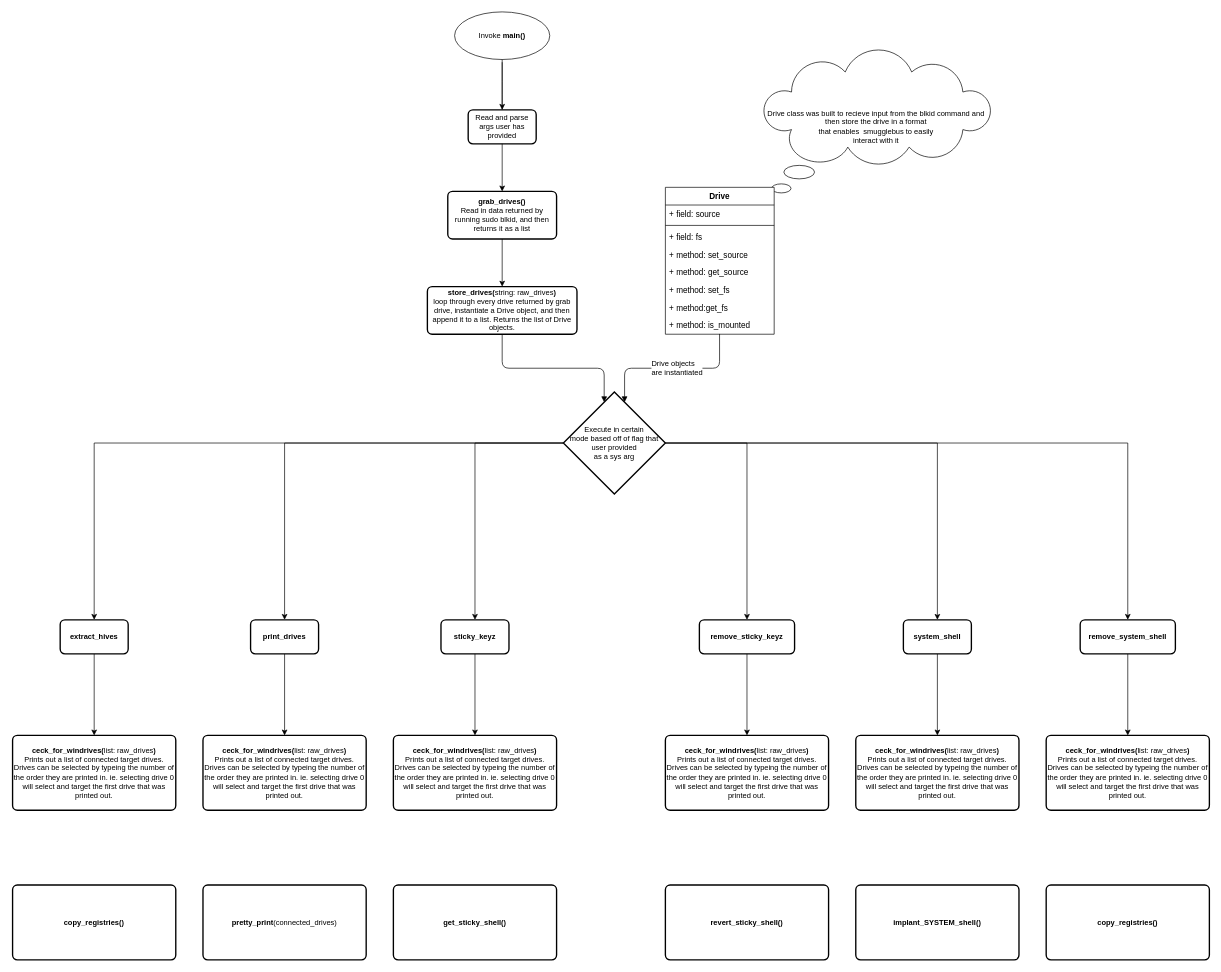
Earlier version of the draw.io diagram build source/smugglebuspxepwn/tftpboot/smugglebus/home/tc/assets/Untitled Diagram.drawio (KeenanKunzelman/smugglebus). Source tidied: cells renumbered, new cells numbered last; positions are measured from the earlier drawing's top-left corner, leaving out a move shared by most shapes. Both pictures are drawn from the tidied source at 68%, with x=0, y=0 at pixel (12, 12).
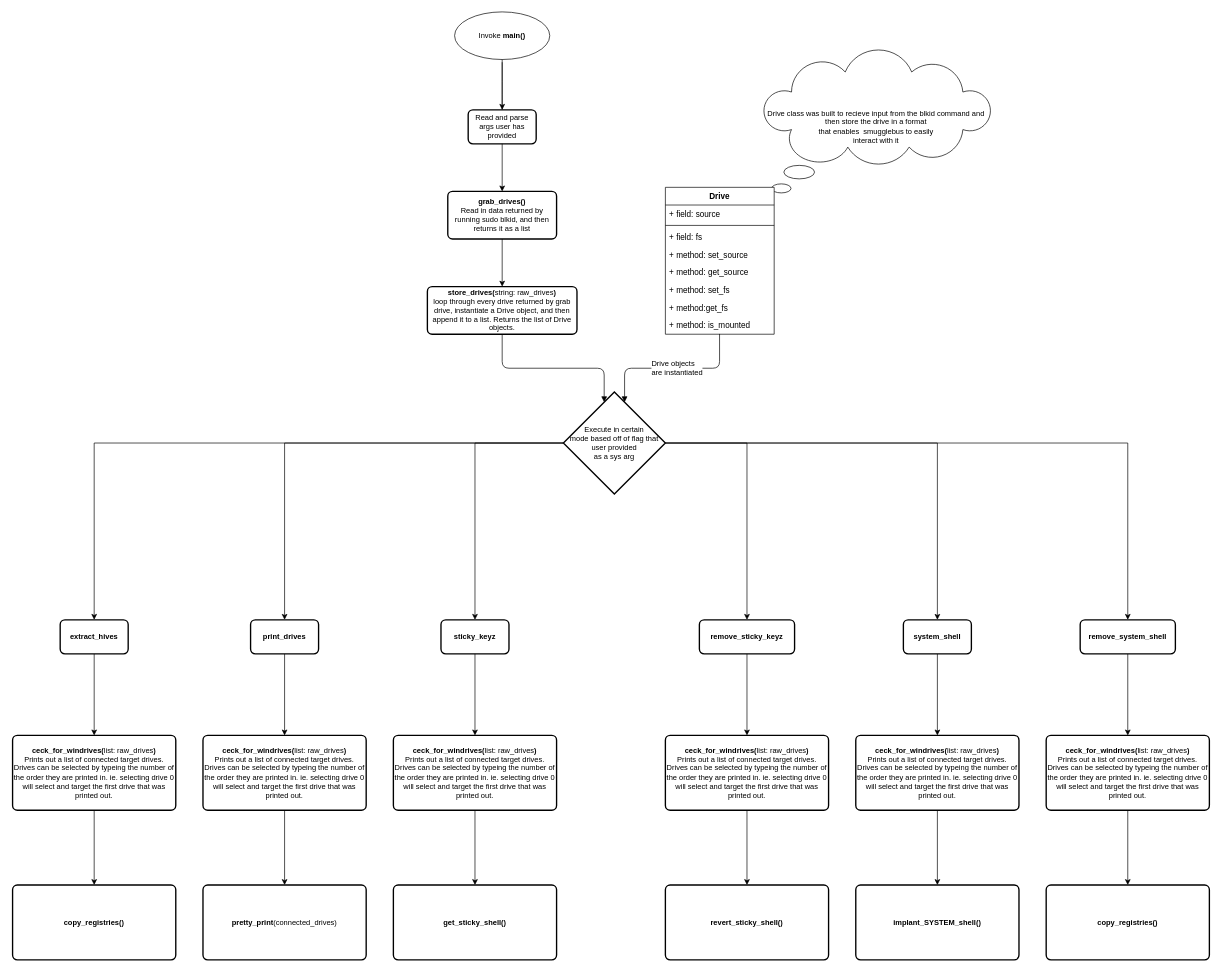
The same page after the edit.

Commit message:
v1.0 control flow chart

The change refers to these unchanged cells:
```xml
<mxCell id="41" value="&lt;div&gt;&lt;b&gt;ceck_for_windrives(&lt;/b&gt;list: raw_drives&lt;b&gt;)&lt;/b&gt;&lt;/div&gt;&lt;div&gt;Prints out a list of connected target drives. Drives can be selected by typeing the number of the order they are printed in. ie. selecting drive 0 will select and target the first drive that was printed out.&lt;br&gt;&lt;b&gt;&lt;/b&gt;&lt;/div&gt;" style="rounded=1;whiteSpace=wrap;html=1;absoluteArcSize=1;arcSize=14;strokeWidth=2;fontSize=11;" parent="1" vertex="1">
  <mxGeometry x="1240" y="1064" width="240" height="110" as="geometry" />
</mxCell>
<mxCell id="42" value="&lt;div&gt;&lt;b&gt;ceck_for_windrives(&lt;/b&gt;list: raw_drives&lt;b&gt;)&lt;/b&gt;&lt;/div&gt;&lt;div&gt;Prints out a list of connected target drives. Drives can be selected by typeing the number of the order they are printed in. ie. selecting drive 0 will select and target the first drive that was printed out.&lt;br&gt;&lt;b&gt;&lt;/b&gt;&lt;/div&gt;" style="rounded=1;whiteSpace=wrap;html=1;absoluteArcSize=1;arcSize=14;strokeWidth=2;fontSize=11;" parent="1" vertex="1">
  <mxGeometry x="1520" y="1064" width="240" height="110" as="geometry" />
</mxCell>
<mxCell id="43" value="&lt;div&gt;&lt;b&gt;ceck_for_windrives(&lt;/b&gt;list: raw_drives&lt;b&gt;)&lt;/b&gt;&lt;/div&gt;&lt;div&gt;Prints out a list of connected target drives. Drives can be selected by typeing the number of the order they are printed in. ie. selecting drive 0 will select and target the first drive that was printed out.&lt;br&gt;&lt;b&gt;&lt;/b&gt;&lt;/div&gt;" style="rounded=1;whiteSpace=wrap;html=1;absoluteArcSize=1;arcSize=14;strokeWidth=2;fontSize=11;" parent="1" vertex="1">
  <mxGeometry x="560" y="1064" width="240" height="110" as="geometry" />
</mxCell>
<mxCell id="44" value="&lt;div&gt;&lt;b&gt;ceck_for_windrives(&lt;/b&gt;list: raw_drives&lt;b&gt;)&lt;/b&gt;&lt;/div&gt;&lt;div&gt;Prints out a list of connected target drives. Drives can be selected by typeing the number of the order they are printed in. ie. selecting drive 0 will select and target the first drive that was printed out.&lt;br&gt;&lt;b&gt;&lt;/b&gt;&lt;/div&gt;" style="rounded=1;whiteSpace=wrap;html=1;absoluteArcSize=1;arcSize=14;strokeWidth=2;fontSize=11;" parent="1" vertex="1">
  <mxGeometry x="960" y="1064" width="240" height="110" as="geometry" />
</mxCell>
<mxCell id="45" value="&lt;div&gt;&lt;b&gt;ceck_for_windrives(&lt;/b&gt;list: raw_drives&lt;b&gt;)&lt;/b&gt;&lt;/div&gt;&lt;div&gt;Prints out a list of connected target drives. Drives can be selected by typeing the number of the order they are printed in. ie. selecting drive 0 will select and target the first drive that was printed out.&lt;br&gt;&lt;b&gt;&lt;/b&gt;&lt;/div&gt;" style="rounded=1;whiteSpace=wrap;html=1;absoluteArcSize=1;arcSize=14;strokeWidth=2;fontSize=11;" parent="1" vertex="1">
  <mxGeometry y="1064" width="240" height="110" as="geometry" />
</mxCell>
<mxCell id="46" value="&lt;div&gt;&lt;b&gt;ceck_for_windrives(&lt;/b&gt;list: raw_drives&lt;b&gt;)&lt;/b&gt;&lt;/div&gt;&lt;div&gt;Prints out a list of connected target drives. Drives can be selected by typeing the number of the order they are printed in. ie. selecting drive 0 will select and target the first drive that was printed out.&lt;br&gt;&lt;b&gt;&lt;/b&gt;&lt;/div&gt;" style="rounded=1;whiteSpace=wrap;html=1;absoluteArcSize=1;arcSize=14;strokeWidth=2;fontSize=11;" parent="1" vertex="1">
  <mxGeometry x="280" y="1064" width="240" height="110" as="geometry" />
</mxCell>
<mxCell id="47" value="&lt;b&gt;copy_registries()&lt;/b&gt;" style="rounded=1;whiteSpace=wrap;html=1;absoluteArcSize=1;arcSize=14;strokeWidth=2;fontSize=11;" parent="1" vertex="1">
  <mxGeometry y="1284" width="240" height="110" as="geometry" />
</mxCell>
<mxCell id="48" value="&lt;b&gt;pretty_print&lt;/b&gt;(connected_drives)" style="rounded=1;whiteSpace=wrap;html=1;absoluteArcSize=1;arcSize=14;strokeWidth=2;fontSize=11;" parent="1" vertex="1">
  <mxGeometry x="280" y="1284" width="240" height="110" as="geometry" />
</mxCell>
<mxCell id="49" value="&lt;b&gt;get_sticky_shell()&lt;/b&gt;" style="rounded=1;whiteSpace=wrap;html=1;absoluteArcSize=1;arcSize=14;strokeWidth=2;fontSize=11;" parent="1" vertex="1">
  <mxGeometry x="560" y="1284" width="240" height="110" as="geometry" />
</mxCell>
<mxCell id="50" value="&lt;b&gt;revert_sticky_shell()&lt;/b&gt;" style="rounded=1;whiteSpace=wrap;html=1;absoluteArcSize=1;arcSize=14;strokeWidth=2;fontSize=11;" parent="1" vertex="1">
  <mxGeometry x="960" y="1284" width="240" height="110" as="geometry" />
</mxCell>
<mxCell id="51" value="&lt;b&gt;implant_SYSTEM_shell()&lt;/b&gt;" style="rounded=1;whiteSpace=wrap;html=1;absoluteArcSize=1;arcSize=14;strokeWidth=2;fontSize=11;" parent="1" vertex="1">
  <mxGeometry x="1240" y="1284" width="240" height="110" as="geometry" />
</mxCell>
<mxCell id="52" value="&lt;b&gt;copy_registries()&lt;/b&gt;" style="rounded=1;whiteSpace=wrap;html=1;absoluteArcSize=1;arcSize=14;strokeWidth=2;fontSize=11;" parent="1" vertex="1">
  <mxGeometry x="1520" y="1284" width="240" height="110" as="geometry" />
</mxCell>
```

Change to the diagram source:
```diff
@@
+    <mxCell id="53" style="edgeStyle=orthogonalEdgeStyle;rounded=0;jettySize=auto;html=1;entryX=0.5;entryY=0;entryDx=0;entryDy=0;" parent="1" edge="1" source="41" target="51">
+      <mxGeometry relative="1" as="geometry" />
+    </mxCell>
@@
+    <mxCell id="54" style="edgeStyle=orthogonalEdgeStyle;rounded=0;jettySize=auto;html=1;entryX=0.5;entryY=0;entryDx=0;entryDy=0;" parent="1" edge="1" source="42" target="52">
+      <mxGeometry relative="1" as="geometry" />
+    </mxCell>
@@
+    <mxCell id="55" style="edgeStyle=orthogonalEdgeStyle;rounded=0;jettySize=auto;html=1;entryX=0.5;entryY=0;entryDx=0;entryDy=0;" parent="1" edge="1" source="43" target="49">
+      <mxGeometry relative="1" as="geometry" />
+    </mxCell>
@@
+    <mxCell id="56" style="edgeStyle=orthogonalEdgeStyle;rounded=0;jettySize=auto;html=1;entryX=0.5;entryY=0;entryDx=0;entryDy=0;" parent="1" edge="1" source="44" target="50">
+      <mxGeometry relative="1" as="geometry" />
+    </mxCell>
@@
+    <mxCell id="57" style="edgeStyle=orthogonalEdgeStyle;rounded=0;jettySize=auto;html=1;entryX=0.5;entryY=0;entryDx=0;entryDy=0;" parent="1" edge="1" source="45" target="47">
+      <mxGeometry relative="1" as="geometry" />
+    </mxCell>
@@
+    <mxCell id="58" style="edgeStyle=orthogonalEdgeStyle;rounded=0;jettySize=auto;html=1;entryX=0.5;entryY=0;entryDx=0;entryDy=0;" parent="1" edge="1" source="46" target="48">
+      <mxGeometry relative="1" as="geometry" />
+    </mxCell>
```
